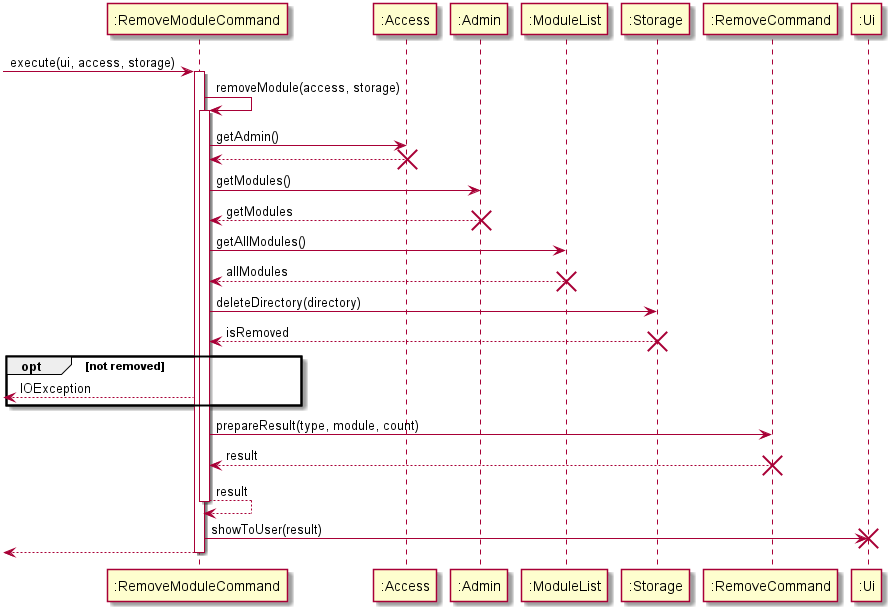
The PlantUML diagram docs/DG_Images/removemod_seq_diagram.png in nus-cs2113-AY2021S1/tp, before a commit. The source it was exported from:
```plantuml
@startuml
-> ":RemoveModuleCommand" : execute(ui, access, storage)
activate ":RemoveModuleCommand"
":RemoveModuleCommand" -> ":RemoveModuleCommand" : removeModule(access, storage)
activate ":RemoveModuleCommand"
":RemoveModuleCommand" -> ":Access" : getAdmin()
":RemoveModuleCommand" <-- ":Access"
destroy ":Access"
":RemoveModuleCommand" -> ":Admin" : getModules()
":RemoveModuleCommand" <-- ":Admin" : getModules
destroy ":Admin"
":RemoveModuleCommand" -> ":ModuleList" : getAllModules()
":RemoveModuleCommand" <-- ":ModuleList" : allModules
destroy ":ModuleList"
":RemoveModuleCommand" -> ":Storage" : deleteDirectory(directory)
":RemoveModuleCommand" <-- ":Storage" : isRemoved
destroy ":Storage"
opt not removed
    <-- ":RemoveModuleCommand" : IOException
end
":RemoveModuleCommand" -> ":RemoveCommand" : prepareResult(type, module, count)
":RemoveModuleCommand" <-- ":RemoveCommand" : result
destroy ":RemoveCommand"
":RemoveModuleCommand" --> ":RemoveModuleCommand" : result
deactivate ":RemoveModuleCommand"
":RemoveModuleCommand" -> ":Ui" : showToUser(result)
destroy ":Ui"
<-- ":RemoveModuleCommand"
deactivate ":RemoveModuleCommand"
@enduml
```
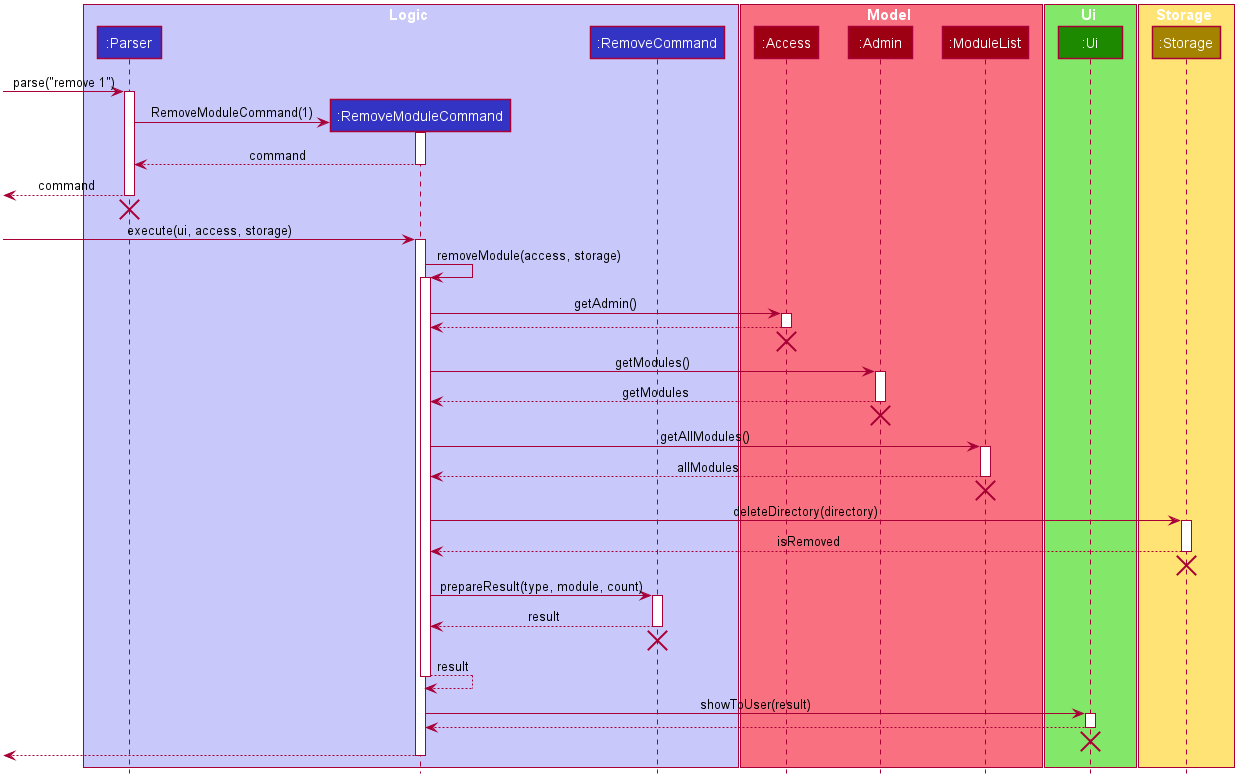
After the commit.

Change to the diagram source:
```diff
@@ -1,30 +1,130 @@
 @startuml
--> ":RemoveModuleCommand" : execute(ui, access, storage)
-activate ":RemoveModuleCommand"
-":RemoveModuleCommand" -> ":RemoveModuleCommand" : removeModule(access, storage)
-activate ":RemoveModuleCommand"
-":RemoveModuleCommand" -> ":Access" : getAdmin()
-":RemoveModuleCommand" <-- ":Access"
-destroy ":Access"
-":RemoveModuleCommand" -> ":Admin" : getModules()
-":RemoveModuleCommand" <-- ":Admin" : getModules
-destroy ":Admin"
-":RemoveModuleCommand" -> ":ModuleList" : getAllModules()
-":RemoveModuleCommand" <-- ":ModuleList" : allModules
-destroy ":ModuleList"
-":RemoveModuleCommand" -> ":Storage" : deleteDirectory(directory)
-":RemoveModuleCommand" <-- ":Storage" : isRemoved
-destroy ":Storage"
-opt not removed
-    <-- ":RemoveModuleCommand" : IOException
-end
-":RemoveModuleCommand" -> ":RemoveCommand" : prepareResult(type, module, count)
-":RemoveModuleCommand" <-- ":RemoveCommand" : result
-destroy ":RemoveCommand"
-":RemoveModuleCommand" --> ":RemoveModuleCommand" : result
-deactivate ":RemoveModuleCommand"
-":RemoveModuleCommand" -> ":Ui" : showToUser(result)
-destroy ":Ui"
-<-- ":RemoveModuleCommand"
-deactivate ":RemoveModuleCommand"
+
+
+
+
+
+
+
+
+skinparam BackgroundColor #FFFFFFF
+
+skinparam Shadowing false
+
+skinparam Class {
+    FontColor #FFFFFF
+    BorderThickness 1
+    BorderColor #FFFFFF
+    StereotypeFontColor #FFFFFF
+    FontName Arial
+}
+
+skinparam Actor {
+    BorderColor #000000
+    Color #000000
+    FontName Arial
+}
+
+skinparam Sequence {
+    MessageAlign center
+    BoxFontSize 15
+    BoxPadding 0
+    BoxFontColor #FFFFFF
+    FontName Arial
+}
+
+skinparam Participant {
+    FontColor #FFFFFFF
+    Padding 20
+}
+
+skinparam MinClassWidth 50
+skinparam ParticipantPadding 10
+skinparam Shadowing false
+skinparam DefaultTextAlignment center
+skinparam packageStyle Rectangle
+
+hide footbox
+hide members
+hide circle
+
+box Logic #C8C8FA
+participant ":Parser" as Parser #3333C4
+participant ":RemoveModuleCommand" as RemoveModuleCommand #3333C4
+participant ":RemoveCommand" as RemoveCommand #3333C4
+end box
+
+box Model #F97181
+participant ":Access" as Access #9D0012
+participant ":Admin" as Admin #9D0012
+participant ":ModuleList" as ModuleList #9D0012
+end box
+
+box Ui #83E769
+participant ":Ui" as Ui #1D8900
+end box
+
+box Storage #FFE374
+participant ":Storage" as Storage #A38300
+end box
+
+[-> Parser : parse("remove 1")
+activate Parser
+
+create RemoveModuleCommand
+Parser -> RemoveModuleCommand : RemoveModuleCommand(1)
+activate RemoveModuleCommand
+
+RemoveModuleCommand --> Parser : command
+deactivate RemoveModuleCommand
+
+[<-- Parser : command
+deactivate Parser
+[<-[hidden]- Parser
+destroy Parser
+
+-> RemoveModuleCommand : execute(ui, access, storage)
+activate RemoveModuleCommand
+RemoveModuleCommand -> RemoveModuleCommand : removeModule(access, storage)
+activate RemoveModuleCommand
+RemoveModuleCommand -> Access : getAdmin()
+activate Access
+RemoveModuleCommand <-- Access
+deactivate Access
+[<-[hidden]- Access
+destroy Access
+RemoveModuleCommand -> Admin : getModules()
+activate Admin
+RemoveModuleCommand <-- Admin : getModules
+deactivate Admin
+[<-[hidden]- Admin
+destroy Admin
+RemoveModuleCommand -> ModuleList : getAllModules()
+activate ModuleList
+RemoveModuleCommand <-- ModuleList : allModules
+deactivate ModuleList
+[<-[hidden]- ModuleList
+destroy ModuleList
+RemoveModuleCommand -> Storage : deleteDirectory(directory)
+activate Storage
+RemoveModuleCommand <-- Storage : isRemoved
+deactivate Storage
+[<-[hidden]- Storage
+destroy Storage
+RemoveModuleCommand -> RemoveCommand : prepareResult(type, module, count)
+activate RemoveCommand
+RemoveModuleCommand <-- RemoveCommand : result
+deactivate RemoveCommand
+[<-[hidden]- RemoveCommand
+destroy RemoveCommand
+RemoveModuleCommand --> RemoveModuleCommand : result
+deactivate RemoveModuleCommand
+RemoveModuleCommand -> Ui : showToUser(result)
+activate Ui
+RemoveModuleCommand <-- Ui
+deactivate Ui
+[<-[hidden]- Ui
+destroy Ui
+<-- RemoveModuleCommand
+deactivate RemoveModuleCommand
 @enduml
```
